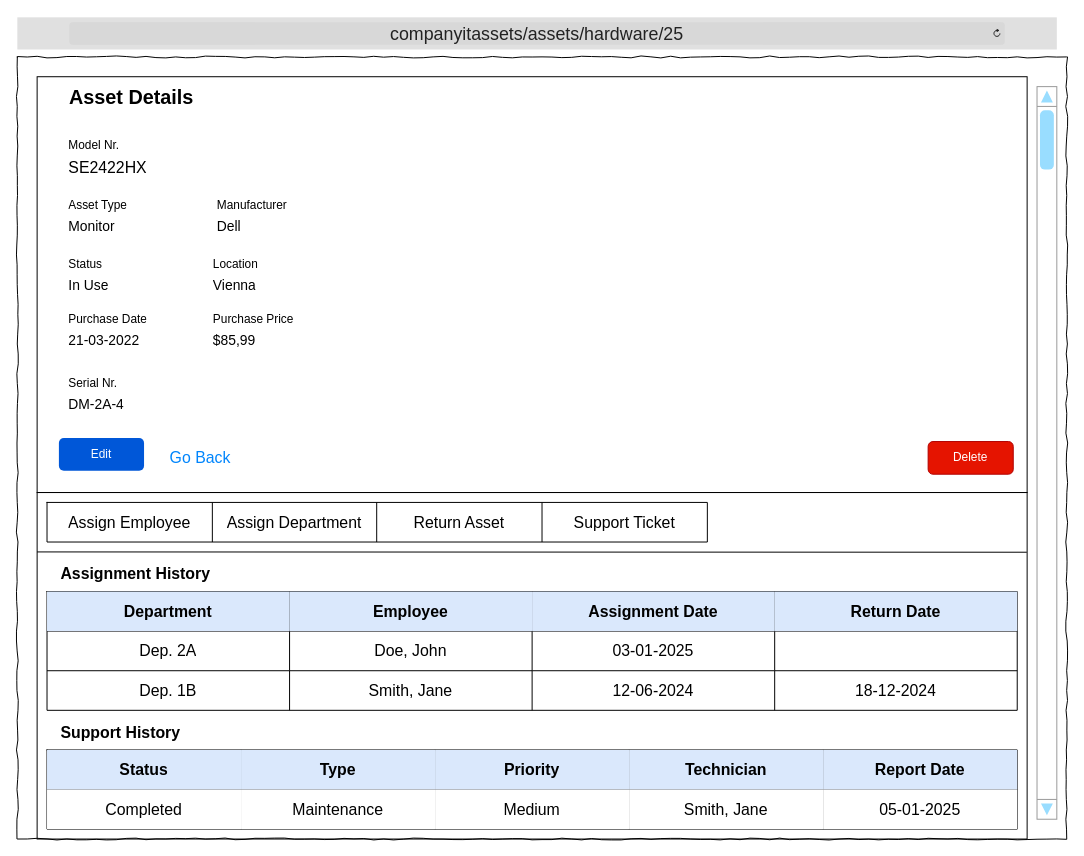
The draw.io diagram Wireframes/ITAT_HWAssets_Details.drawio in TRed91/ITAssetTracking, before the edit. Source tidied: cells renumbered, new cells numbered last; positions are measured from the earlier drawing's top-left corner, leaving out a move shared by most shapes. Both pictures are drawn from the tidied source at 99%, with x=0, y=0 at pixel (17, 17).
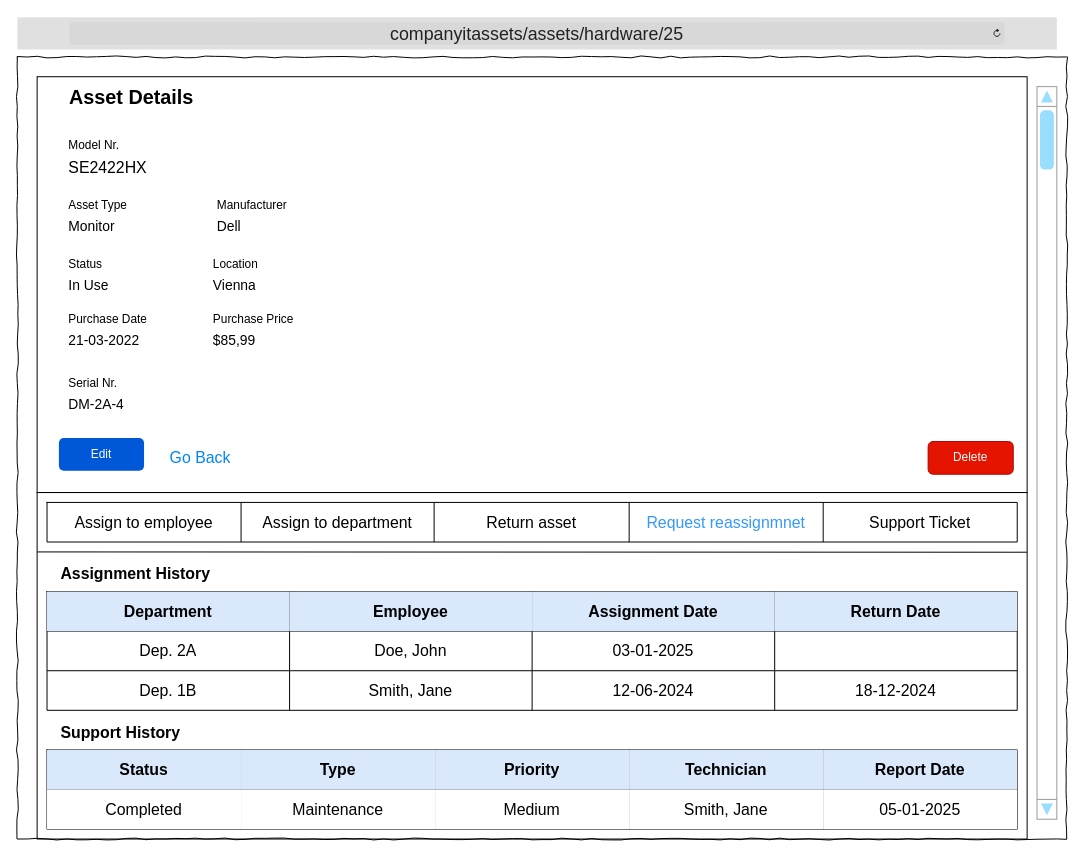
The same diagram, later.

What changed in the source:
```diff
@@
     <mxCell id="43" style="shape=table;startSize=0;childLayout=tableLayout;fontSize=16;" parent="1" vertex="1">
-      <mxGeometry x="30" y="490" width="667" height="40" as="geometry" />
+      <mxGeometry x="30" y="490" width="980" height="40" as="geometry" />
     </mxCell>
     <mxCell id="44" style="shape=tableRow;horizontal=0;startSize=0;swimlaneHead=0;swimlaneBody=0;strokeColor=inherit;top=0;left=0;bottom=0;right=0;fillColor=none;fontSize=16;" parent="43" vertex="1">
-      <mxGeometry width="667" height="40" as="geometry" />
+      <mxGeometry width="980" height="40" as="geometry" />
     </mxCell>
-    <mxCell id="45" value="&lt;font style=&quot;color: light-dark(rgb(0, 0, 0), rgb(51, 153, 255));&quot;&gt;Assign Employee&lt;/font&gt;" style="shape=partialRectangle;html=1;whiteSpace=wrap;strokeColor=inherit;overflow=hidden;fillColor=none;top=0;left=0;bottom=0;right=0;fontSize=16;" parent="44" vertex="1">
-      <mxGeometry width="167" height="40" as="geometry" />
+    <mxCell id="45" value="&lt;font style=&quot;color: light-dark(rgb(0, 0, 0), rgb(51, 153, 255));&quot;&gt;Assign to employee&lt;/font&gt;" style="shape=partialRectangle;html=1;whiteSpace=wrap;strokeColor=inherit;overflow=hidden;fillColor=none;top=0;left=0;bottom=0;right=0;fontSize=16;" parent="44" vertex="1">
+      <mxGeometry width="196" height="40" as="geometry" />
     </mxCell>
-    <mxCell id="46" value="&lt;font style=&quot;color: light-dark(rgb(0, 0, 0), rgb(51, 153, 255));&quot;&gt;Assign Department&lt;/font&gt;" style="shape=partialRectangle;html=1;whiteSpace=wrap;strokeColor=inherit;overflow=hidden;fillColor=none;top=0;left=0;bottom=0;right=0;fontSize=16;" parent="44" vertex="1">
-      <mxGeometry x="167" width="166" height="40" as="geometry" />
+    <mxCell id="46" value="&lt;font style=&quot;color: light-dark(rgb(0, 0, 0), rgb(51, 153, 255));&quot;&gt;Assign to department&lt;/font&gt;" style="shape=partialRectangle;html=1;whiteSpace=wrap;strokeColor=inherit;overflow=hidden;fillColor=none;top=0;left=0;bottom=0;right=0;fontSize=16;" parent="44" vertex="1">
+      <mxGeometry x="196" width="195" height="40" as="geometry" />
     </mxCell>
-    <mxCell id="47" value="&lt;font style=&quot;color: light-dark(rgb(0, 0, 0), rgb(51, 153, 255));&quot;&gt;Return Asset&lt;/font&gt;" style="shape=partialRectangle;html=1;whiteSpace=wrap;strokeColor=inherit;overflow=hidden;fillColor=none;top=0;left=0;bottom=0;right=0;fontSize=16;" parent="44" vertex="1">
-      <mxGeometry x="333" width="167" height="40" as="geometry" />
+    <mxCell id="47" value="&lt;font style=&quot;color: light-dark(rgb(0, 0, 0), rgb(51, 153, 255));&quot;&gt;Return asset&lt;/font&gt;" style="shape=partialRectangle;html=1;whiteSpace=wrap;strokeColor=inherit;overflow=hidden;fillColor=none;top=0;left=0;bottom=0;right=0;fontSize=16;" parent="44" vertex="1">
+      <mxGeometry x="391" width="197" height="40" as="geometry" />
     </mxCell>
+    <mxCell id="65" value="&lt;span&gt;&lt;font style=&quot;color: light-dark(rgb(51, 153, 255), rgb(51, 153, 255));&quot;&gt;Request reassignmnet&lt;/font&gt;&lt;/span&gt;" style="shape=partialRectangle;html=1;whiteSpace=wrap;strokeColor=inherit;overflow=hidden;fillColor=none;top=0;left=0;bottom=0;right=0;fontSize=16;" parent="44" vertex="1">
+      <mxGeometry x="588" width="196" height="40" as="geometry" />
+    </mxCell>
     <mxCell id="48" value="&lt;font style=&quot;color: light-dark(rgb(0, 0, 0), rgb(51, 153, 255));&quot;&gt;Support Ticket&lt;/font&gt;" style="shape=partialRectangle;html=1;whiteSpace=wrap;strokeColor=inherit;overflow=hidden;fillColor=none;top=0;left=0;bottom=0;right=0;fontSize=16;" parent="44" vertex="1">
-      <mxGeometry x="500" width="167" height="40" as="geometry" />
+      <mxGeometry x="784" width="196" height="40" as="geometry" />
     </mxCell>
```
